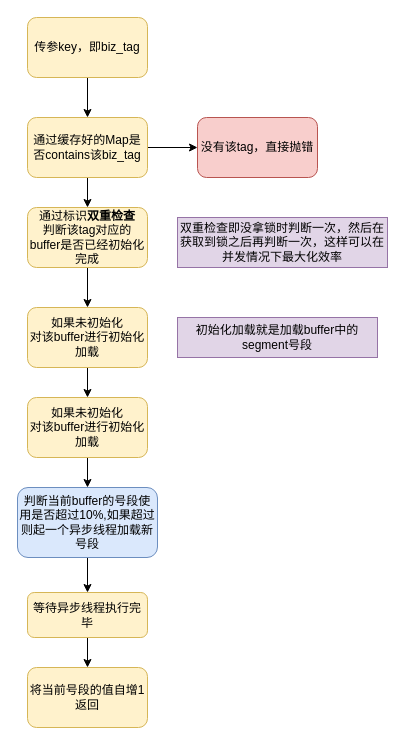
This is draw.io/号段模式拿id.drawio from KeatonLi/pictures, a draw.io file, before an edit. Source tidied: cells renumbered, new cells numbered last; positions are measured from the earlier drawing's top-left corner, leaving out a move shared by most shapes. Both pictures are drawn from the tidied source at 100%, with x=0, y=0 at pixel (17, 17).
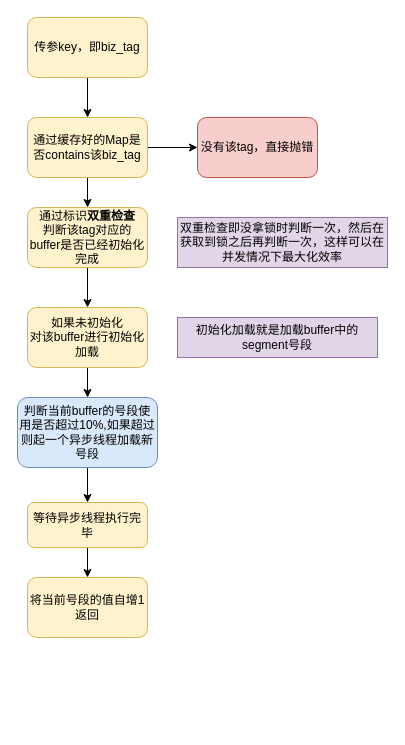
Above is the later version.

Commit message (it also covers changes not shown here):
更新号段模式拿id.drawio

Unchanged cells that the change refers to:
```xml
<mxCell id="11" value="如果未初始化&lt;br&gt;对该buffer进行初始化加载" style="rounded=1;whiteSpace=wrap;html=1;fillColor=#fff2cc;strokeColor=#d6b656;" parent="1" vertex="1">
  <mxGeometry x="10" y="290" width="120" height="60" as="geometry" />
</mxCell>
```

Diff of the diagram source:
```diff
@@
-    <mxCell id="10" style="edgeStyle=orthogonalEdgeStyle;rounded=0;jettySize=auto;html=1;entryX=0.5;entryY=0;entryDx=0;entryDy=0;" parent="1" edge="1" source="11" target="15">
+    <mxCell id="10" style="edgeStyle=orthogonalEdgeStyle;rounded=0;jettySize=auto;html=1;entryX=0.5;entryY=0;entryDx=0;entryDy=0;" parent="1" edge="1" source="11" target="17">
       <mxGeometry relative="1" as="geometry" />
     </mxCell>
@@
-    <mxCell id="14" style="edgeStyle=orthogonalEdgeStyle;rounded=0;jettySize=auto;html=1;" parent="1" edge="1" source="15" target="17">
-      <mxGeometry relative="1" as="geometry" />
-    </mxCell>
-    <mxCell id="15" value="如果未初始化&lt;br&gt;对该buffer进行初始化加载" style="rounded=1;whiteSpace=wrap;html=1;fillColor=#fff2cc;strokeColor=#d6b656;" parent="1" vertex="1">
-      <mxGeometry x="10" y="380" width="120" height="60" as="geometry" />
-    </mxCell>
@@
     <mxCell id="17" value="判断当前buffer的号段使用是否超过10%,如果超过则起一个异步线程加载新号段" style="rounded=1;whiteSpace=wrap;html=1;fillColor=#dae8fc;strokeColor=#6c8ebf;" parent="1" vertex="1">
-      <mxGeometry y="470" width="140" height="70" as="geometry" />
+      <mxGeometry y="380" width="140" height="70" as="geometry" />
     </mxCell>
     <mxCell id="18" value="将当前号段的值自增1返回" style="rounded=1;whiteSpace=wrap;html=1;fillColor=#fff2cc;strokeColor=#d6b656;" parent="1" vertex="1">
-      <mxGeometry x="10" y="650" width="120" height="60" as="geometry" />
+      <mxGeometry x="10" y="560" width="120" height="60" as="geometry" />
     </mxCell>
@@
     <mxCell id="20" value="等待异步线程执行完毕" style="rounded=1;whiteSpace=wrap;html=1;fillColor=#fff2cc;strokeColor=#d6b656;" parent="1" vertex="1">
-      <mxGeometry x="10" y="575" width="120" height="45" as="geometry" />
+      <mxGeometry x="10" y="485" width="120" height="45" as="geometry" />
     </mxCell>
```
